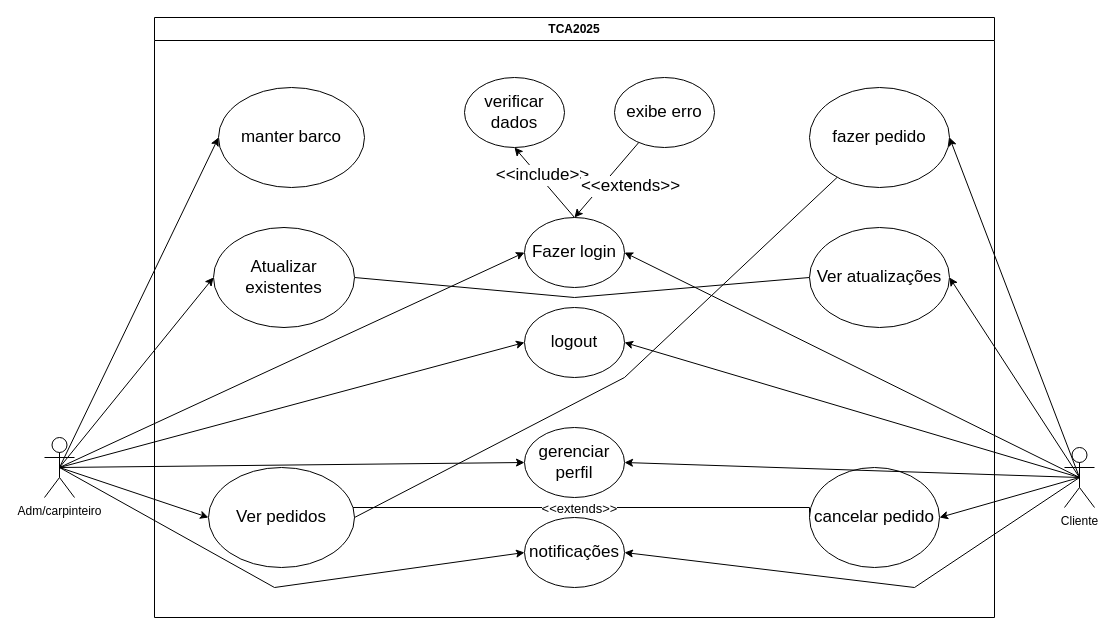
Before: Diagrama sem nome.drawio in Miguel-info24/TCA2025, a draw.io diagram. Source tidied: cells renumbered, new cells numbered last; positions are measured from the earlier drawing's top-left corner, leaving out a move shared by most shapes. Both pictures are drawn from the tidied source at 100%, with x=0, y=0 at pixel (44, 17).
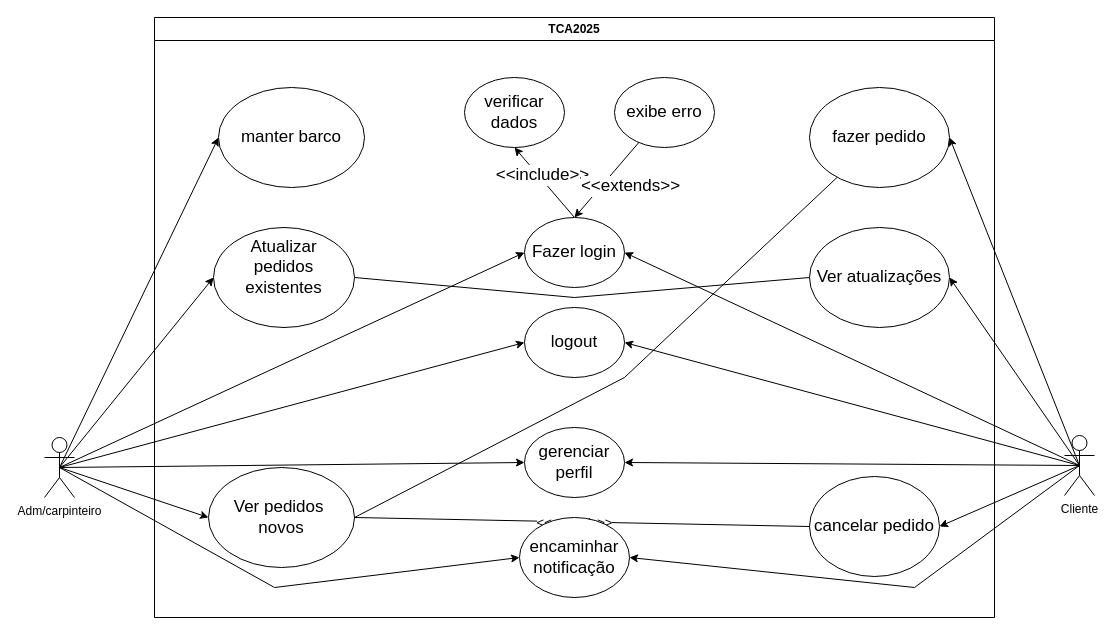
The same page after the edit.

Unchanged cells that the change refers to:
```xml
<mxCell id="2" value="TCA2025" style="swimlane;whiteSpace=wrap;html=1;" parent="1" vertex="1">
  <mxGeometry x="110" width="840" height="600" as="geometry" />
</mxCell>
```

Diff of the diagram source:
```diff
@@
-    <mxCell id="5" value="Atualizar existentes" style="ellipse;whiteSpace=wrap;html=1;fontSize=17;" parent="2" vertex="1">
+    <mxCell id="5" value="Atualizar&lt;div&gt;pedidos existentes&lt;div&gt;&lt;br&gt;&lt;/div&gt;&lt;/div&gt;" style="ellipse;whiteSpace=wrap;html=1;fontSize=17;" parent="2" vertex="1">
       <mxGeometry x="59" y="210" width="141" height="100" as="geometry" />
     </mxCell>
-    <mxCell id="6" style="edgeStyle=orthogonalEdgeStyle;rounded=0;jettySize=auto;html=1;entryX=0;entryY=0.5;entryDx=0;entryDy=0;endArrow=none;endFill=0;fontSize=17;" parent="2" edge="1" source="8" target="19">
-      <mxGeometry relative="1" as="geometry">
-        <Array as="points">
-          <mxPoint x="655" y="490" />
-        </Array>
-      </mxGeometry>
+    <mxCell id="6" style="rounded=0;jettySize=auto;html=1;entryX=0;entryY=0.5;entryDx=0;entryDy=0;endArrow=none;endFill=0;fontSize=17;exitX=1;exitY=0.5;exitDx=0;exitDy=0;" parent="2" edge="1" source="8" target="19">
+      <mxGeometry relative="1" as="geometry" />
     </mxCell>
@@
-    <mxCell id="8" value="Ver pedidos" style="ellipse;whiteSpace=wrap;html=1;fontSize=17;" parent="2" vertex="1">
+    <mxCell id="8" value="Ver pedidos&amp;nbsp;&lt;div&gt;novos&lt;/div&gt;" style="ellipse;whiteSpace=wrap;html=1;fontSize=17;" parent="2" vertex="1">
       <mxGeometry x="54" y="450" width="146" height="100" as="geometry" />
     </mxCell>
@@
     <mxCell id="19" value="cancelar pedido" style="ellipse;whiteSpace=wrap;html=1;fontSize=17;" parent="2" vertex="1">
-      <mxGeometry x="655" y="450" width="130" height="100" as="geometry" />
+      <mxGeometry x="655" y="459" width="130" height="100" as="geometry" />
     </mxCell>
@@
-    <mxCell id="22" value="notificações" style="ellipse;whiteSpace=wrap;html=1;fontSize=17;" parent="2" vertex="1">
-      <mxGeometry x="370" y="500" width="100" height="70" as="geometry" />
+    <mxCell id="22" value="encaminhar notificação" style="ellipse;whiteSpace=wrap;html=1;fontSize=17;" parent="2" vertex="1">
+      <mxGeometry x="365" y="500" width="110" height="80" as="geometry" />
     </mxCell>
@@
     <mxCell id="38" value="Cliente" style="shape=umlActor;verticalLabelPosition=bottom;verticalAlign=top;html=1;outlineConnect=0;" parent="1" vertex="1">
-      <mxGeometry x="1020" y="430" width="30" height="60" as="geometry" />
+      <mxGeometry x="1020" y="418" width="30" height="60" as="geometry" />
     </mxCell>
```
